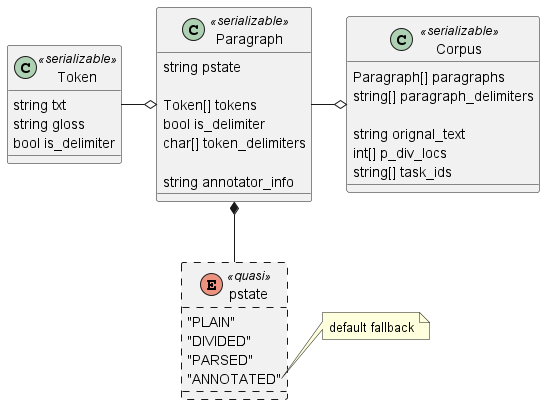
parkchamchi/GlossySnake keeps this PlantUML diagram as docs/design/images/class_serializable.png. Above is the earlier version.
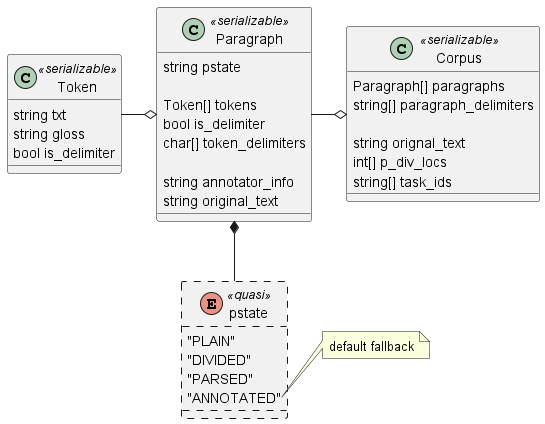
The same diagram one commit later.

What changed in the source:
```diff
@@ -14,6 +14,7 @@
 	char[] token_delimiters
 
 	string annotator_info
+	string original_text
 }
 Paragraph o-left- Token
 
```
